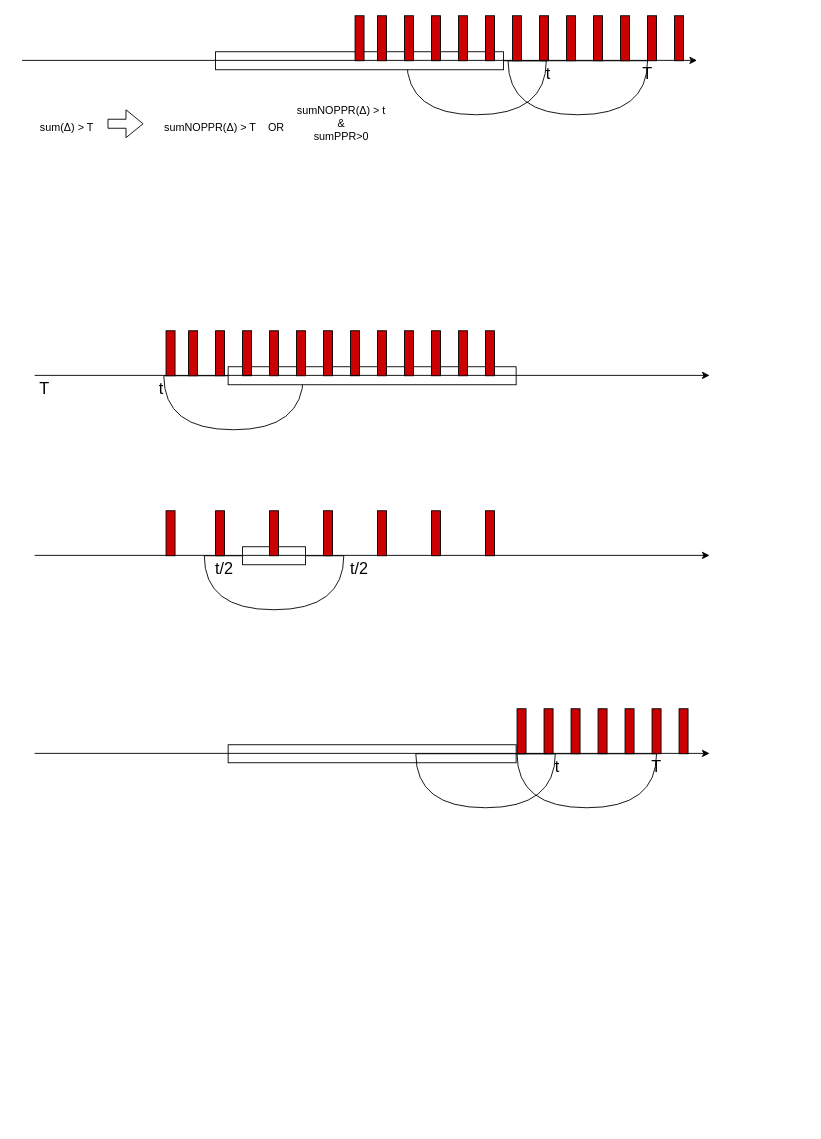
Earlier version of the draw.io diagram page "Страница 1" (1 of 3) of PPR-NOPPR.drawio (qqmax7/test). Source tidied: cells renumbered, new cells numbered last; positions are measured from the earlier drawing's top-left corner, leaving out a move shared by most shapes. Both pictures are drawn from the tidied source at 90%, with x=0, y=0 at pixel (17, 15).
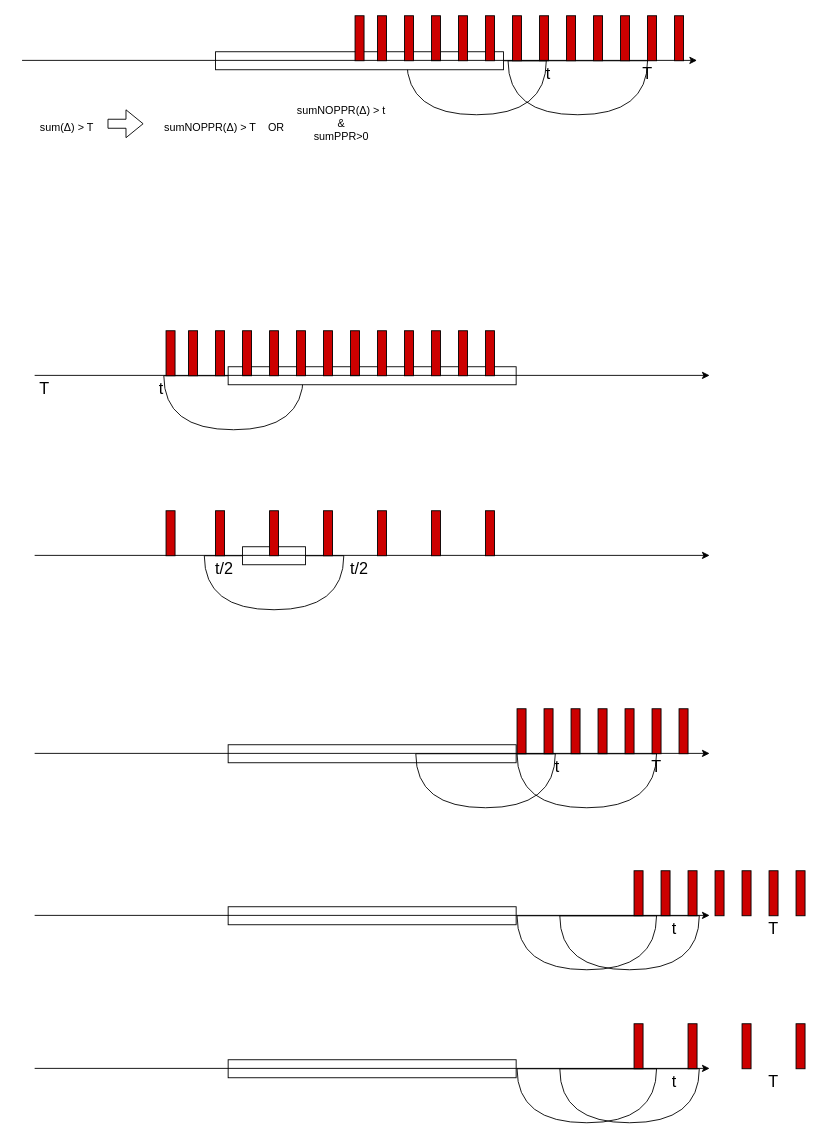
After the change.

Change to the diagram source:
```diff
@@
+    <mxCell id="68" style="rounded=0;whiteSpace=wrap;html=1;" parent="1" vertex="1">
+      <mxGeometry x="234" y="990" width="320" height="20" as="geometry" />
+    </mxCell>
+    <mxCell id="69" style="rounded=0;whiteSpace=wrap;html=1;fillColor=#CC0000;" parent="1" vertex="1">
+      <mxGeometry x="775" y="950" width="10" height="50" as="geometry" />
+    </mxCell>
+    <mxCell id="70" style="endArrow=classic;html=1;rounded=0;" parent="1" edge="1">
+      <mxGeometry relative="1" as="geometry">
+        <mxPoint x="19" y="999.6" as="sourcePoint" />
+        <mxPoint x="769" y="999.6" as="targetPoint" />
+      </mxGeometry>
+    </mxCell>
+    <mxCell id="71" style="rounded=0;whiteSpace=wrap;html=1;fillColor=#CC0000;" parent="1" vertex="1">
+      <mxGeometry x="685" y="950" width="10" height="50" as="geometry" />
+    </mxCell>
+    <mxCell id="72" style="rounded=0;whiteSpace=wrap;html=1;fillColor=#CC0000;" parent="1" vertex="1">
+      <mxGeometry x="715" y="950" width="10" height="50" as="geometry" />
+    </mxCell>
+    <mxCell id="73" style="rounded=0;whiteSpace=wrap;html=1;fillColor=#CC0000;" parent="1" vertex="1">
+      <mxGeometry x="745" y="950" width="10" height="50" as="geometry" />
+    </mxCell>
+    <mxCell id="74" style="rounded=0;whiteSpace=wrap;html=1;fillColor=#CC0000;" parent="1" vertex="1">
+      <mxGeometry x="805" y="950" width="10" height="50" as="geometry" />
+    </mxCell>
+    <mxCell id="75" style="rounded=0;whiteSpace=wrap;html=1;fillColor=#CC0000;" parent="1" vertex="1">
+      <mxGeometry x="835" y="950" width="10" height="50" as="geometry" />
+    </mxCell>
+    <mxCell id="76" style="rounded=0;whiteSpace=wrap;html=1;fillColor=#CC0000;" parent="1" vertex="1">
+      <mxGeometry x="865" y="950" width="10" height="50" as="geometry" />
+    </mxCell>
+    <mxCell id="77" style="shape=or;whiteSpace=wrap;html=1;rotation=90;fillColor=none;" parent="1" vertex="1">
+      <mxGeometry x="602.5" y="952.5" width="60" height="155" as="geometry" />
+    </mxCell>
+    <mxCell id="78" value="&lt;font style=&quot;font-size: 18px;&quot;&gt;t&lt;/font&gt;" style="text;html=1;strokeColor=none;fillColor=none;align=center;verticalAlign=middle;whiteSpace=wrap;rounded=0;" parent="1" vertex="1">
+      <mxGeometry x="700" y="1000" width="60" height="30" as="geometry" />
+    </mxCell>
+    <mxCell id="79" value="&lt;font style=&quot;font-size: 18px;&quot;&gt;T&lt;/font&gt;" style="text;html=1;strokeColor=none;fillColor=none;align=center;verticalAlign=middle;whiteSpace=wrap;rounded=0;" parent="1" vertex="1">
+      <mxGeometry x="810" y="1000" width="60" height="30" as="geometry" />
+    </mxCell>
+    <mxCell id="80" style="shape=or;whiteSpace=wrap;html=1;rotation=90;fillColor=none;" parent="1" vertex="1">
+      <mxGeometry x="650" y="952.5" width="60" height="155" as="geometry" />
+    </mxCell>
+    <mxCell id="81" style="rounded=0;whiteSpace=wrap;html=1;" parent="1" vertex="1">
+      <mxGeometry x="234" y="1160" width="320" height="20" as="geometry" />
+    </mxCell>
+    <mxCell id="82" style="endArrow=classic;html=1;rounded=0;" parent="1" edge="1">
+      <mxGeometry relative="1" as="geometry">
+        <mxPoint x="19" y="1169.6" as="sourcePoint" />
+        <mxPoint x="769" y="1169.6" as="targetPoint" />
+      </mxGeometry>
+    </mxCell>
+    <mxCell id="83" style="rounded=0;whiteSpace=wrap;html=1;fillColor=#CC0000;" parent="1" vertex="1">
+      <mxGeometry x="685" y="1120" width="10" height="50" as="geometry" />
+    </mxCell>
+    <mxCell id="84" style="rounded=0;whiteSpace=wrap;html=1;fillColor=#CC0000;" parent="1" vertex="1">
+      <mxGeometry x="745" y="1120" width="10" height="50" as="geometry" />
+    </mxCell>
+    <mxCell id="85" style="rounded=0;whiteSpace=wrap;html=1;fillColor=#CC0000;" parent="1" vertex="1">
+      <mxGeometry x="805" y="1120" width="10" height="50" as="geometry" />
+    </mxCell>
+    <mxCell id="86" style="rounded=0;whiteSpace=wrap;html=1;fillColor=#CC0000;" parent="1" vertex="1">
+      <mxGeometry x="865" y="1120" width="10" height="50" as="geometry" />
+    </mxCell>
+    <mxCell id="87" style="shape=or;whiteSpace=wrap;html=1;rotation=90;fillColor=none;" parent="1" vertex="1">
+      <mxGeometry x="602.5" y="1122.5" width="60" height="155" as="geometry" />
+    </mxCell>
+    <mxCell id="88" value="&lt;font style=&quot;font-size: 18px;&quot;&gt;t&lt;/font&gt;" style="text;html=1;strokeColor=none;fillColor=none;align=center;verticalAlign=middle;whiteSpace=wrap;rounded=0;" parent="1" vertex="1">
+      <mxGeometry x="700" y="1170" width="60" height="30" as="geometry" />
+    </mxCell>
+    <mxCell id="89" value="&lt;font style=&quot;font-size: 18px;&quot;&gt;T&lt;/font&gt;" style="text;html=1;strokeColor=none;fillColor=none;align=center;verticalAlign=middle;whiteSpace=wrap;rounded=0;" parent="1" vertex="1">
+      <mxGeometry x="810" y="1170" width="60" height="30" as="geometry" />
+    </mxCell>
+    <mxCell id="90" style="shape=or;whiteSpace=wrap;html=1;rotation=90;fillColor=none;" parent="1" vertex="1">
+      <mxGeometry x="650" y="1122.5" width="60" height="155" as="geometry" />
+    </mxCell>
```
